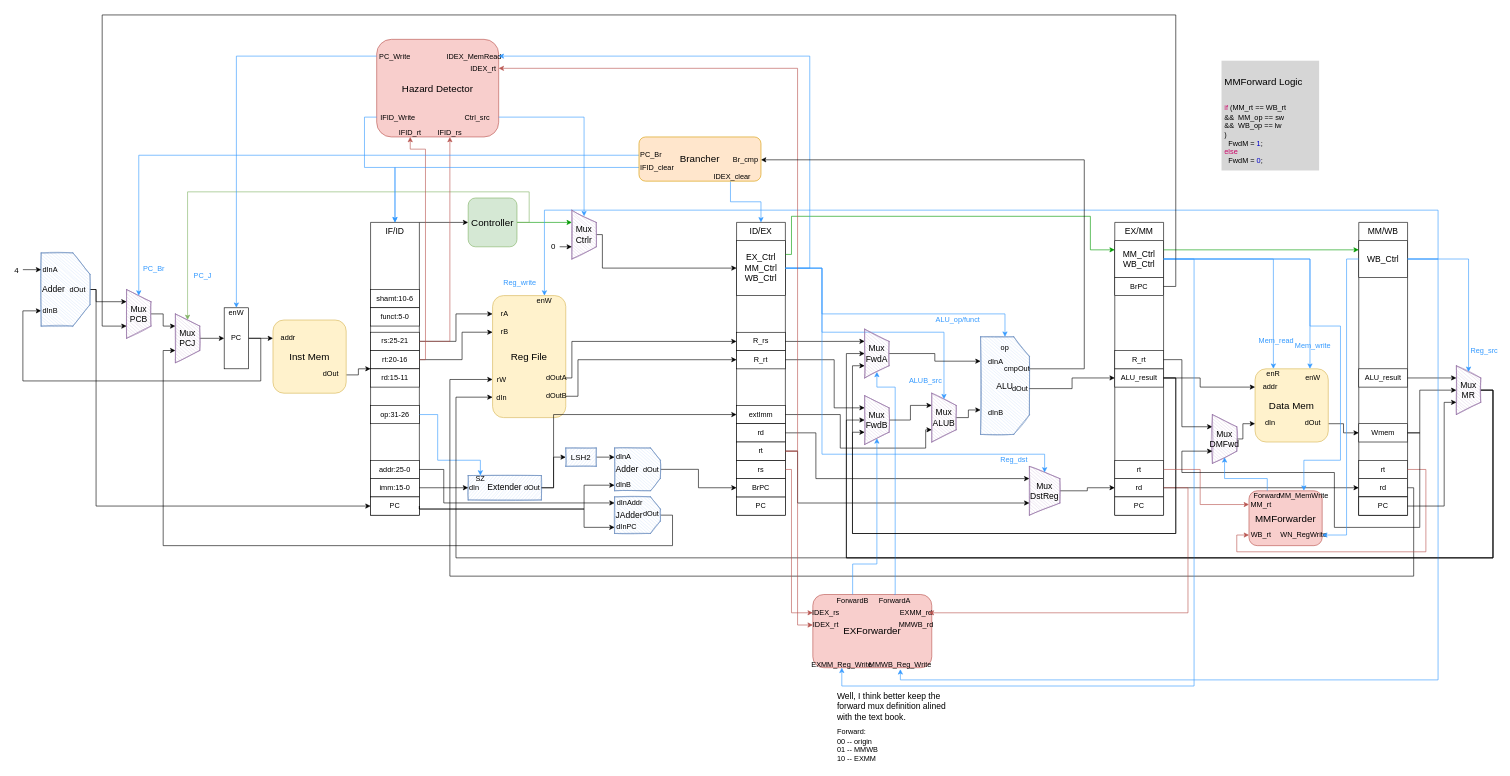
This is page "Datapath" (1 of 5) of DesignFile/MIPS7-Pipelined.drawio from ridethepig/42MIPSPipeline, a draw.io file, before an edit. Source tidied: cells renumbered, new cells numbered last; positions are measured from the earlier drawing's top-left corner, leaving out a move shared by most shapes. Both pictures are drawn from the tidied source at 61%, with x=0, y=0 at pixel (10, 15).
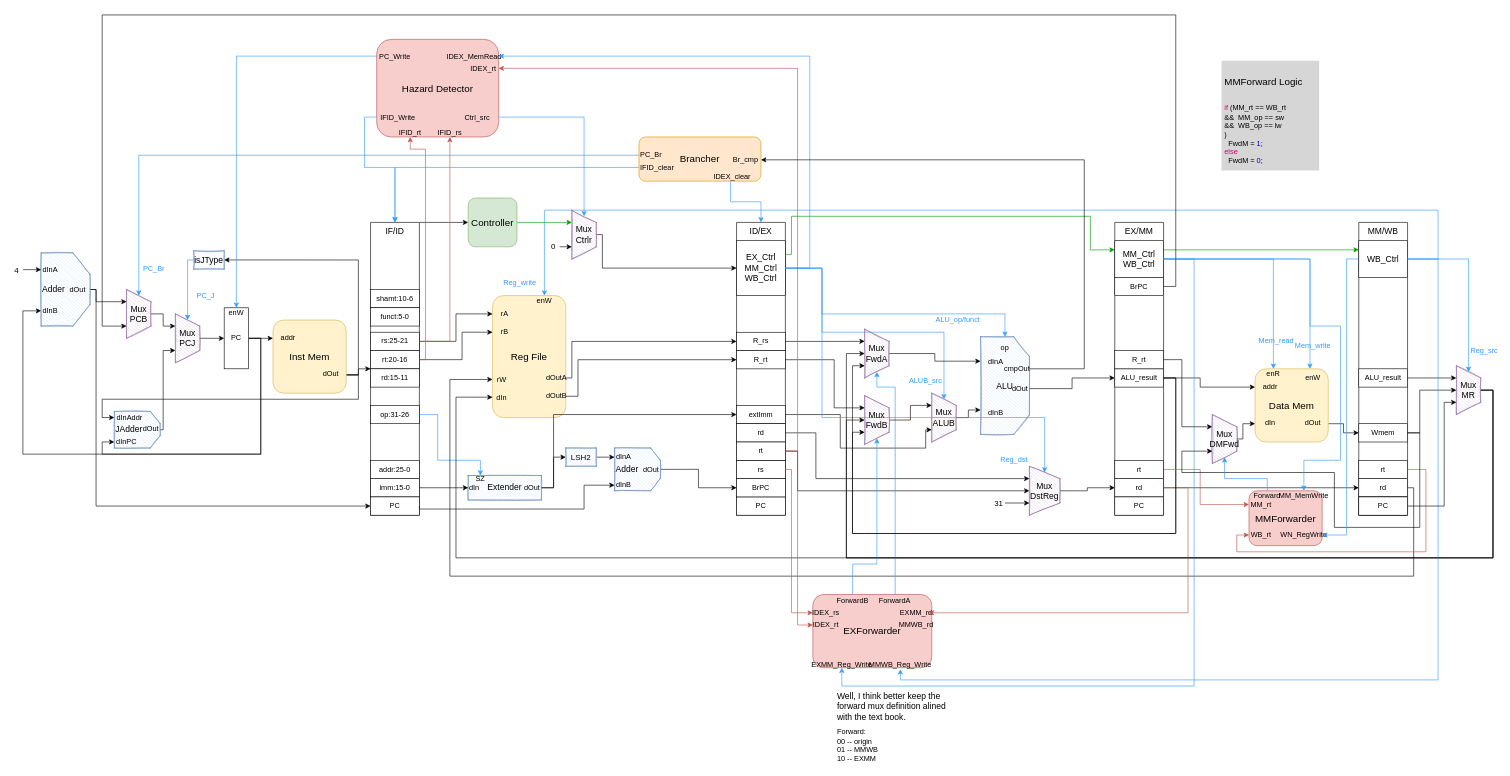
The same page after the edit.

The change refers to these unchanged cells:
```xml
<mxCell id="3" value="Inst Mem" style="rounded=1;whiteSpace=wrap;html=1;fillColor=#fff2cc;strokeColor=#d6b656;fontSize=16;" parent="1" vertex="1">
  <mxGeometry x="430" y="500.1" width="120" height="120" as="geometry" />
</mxCell>
<mxCell id="6" value="PC" style="rounded=0;whiteSpace=wrap;html=1;" parent="1" vertex="1">
  <mxGeometry x="350" y="480.1" width="40" height="100" as="geometry" />
</mxCell>
<mxCell id="19" value="addr:25-0" style="rounded=0;whiteSpace=wrap;html=1;fontFamily=Ubuntu Mono;fontSize=12;align=center;" parent="11" vertex="1">
  <mxGeometry y="390" width="80" height="30" as="geometry" />
</mxCell>
<mxCell id="21" value="PC" style="rounded=0;whiteSpace=wrap;html=1;fontFamily=Ubuntu Mono;fontSize=12;align=center;" parent="11" vertex="1">
  <mxGeometry y="450" width="80" height="30" as="geometry" />
</mxCell>
<mxCell id="36" value="EX_Ctrl&lt;br&gt;MM_Ctrl&lt;br&gt;WB_Ctrl" style="rounded=0;whiteSpace=wrap;html=1;fontFamily=Ubuntu Mono;fontSize=14;" parent="35" vertex="1">
  <mxGeometry y="30" width="80" height="90" as="geometry" />
</mxCell>
<mxCell id="44" value="rt" style="rounded=0;whiteSpace=wrap;html=1;fontFamily=Ubuntu Mono;fontSize=12;align=center;" parent="35" vertex="1">
  <mxGeometry y="360" width="80" height="30" as="geometry" />
</mxCell>
<mxCell id="75" value="Controller" style="rounded=1;whiteSpace=wrap;html=1;shadow=0;glass=0;sketch=0;fontFamily=Helvetica;fontSize=16;fillColor=#d5e8d4;strokeColor=#82b366;" parent="1" vertex="1">
  <mxGeometry x="750" y="300.1" width="80" height="80" as="geometry" />
</mxCell>
<mxCell id="93" value="Mux&lt;br&gt;DstReg" style="shape=trapezoid;perimeter=trapezoidPerimeter;whiteSpace=wrap;html=1;fixedSize=1;rounded=0;shadow=0;glass=0;sketch=1;fontFamily=Helvetica;fontSize=14;direction=south;fillColor=#e1d5e7;strokeColor=#9673a6;" parent="1" vertex="1">
  <mxGeometry x="1670" y="740.1" width="50" height="80" as="geometry" />
</mxCell>
<mxCell id="114" value="dInB" style="text;html=1;strokeColor=none;fillColor=none;align=center;verticalAlign=middle;whiteSpace=wrap;rounded=0;shadow=0;glass=0;sketch=0;fontFamily=Ubuntu Mono;fontSize=12;" parent="1" vertex="1">
  <mxGeometry x="50" y="477.6" width="30" height="15" as="geometry" />
</mxCell>
<mxCell id="216" value="Mux&lt;br&gt;PCJ" style="shape=trapezoid;perimeter=trapezoidPerimeter;whiteSpace=wrap;html=1;fixedSize=1;rounded=0;shadow=0;glass=0;sketch=1;fontFamily=Helvetica;fontSize=14;direction=south;fillColor=#e1d5e7;strokeColor=#9673a6;" parent="1" vertex="1">
  <mxGeometry x="270" y="490.1" width="40" height="80" as="geometry" />
</mxCell>
```

Change to the diagram source:
```diff
@@
+    <mxCell id="220" style="edgeStyle=orthogonalEdgeStyle;rounded=0;jettySize=auto;html=1;exitX=1;exitY=0.75;exitDx=0;exitDy=0;entryX=0;entryY=0.5;entryDx=0;entryDy=0;fontSize=14;strokeColor=#000000;" parent="1" edge="1" source="3" target="210">
+      <mxGeometry relative="1" as="geometry">
+        <Array as="points">
+          <mxPoint x="570" y="590" />
+          <mxPoint x="570" y="630" />
+          <mxPoint x="150" y="630" />
+          <mxPoint x="150" y="660" />
+        </Array>
+      </mxGeometry>
+    </mxCell>
+    <mxCell id="221" style="edgeStyle=orthogonalEdgeStyle;rounded=0;jettySize=auto;html=1;exitX=1;exitY=0.75;exitDx=0;exitDy=0;entryX=1;entryY=0.5;entryDx=0;entryDy=0;fontSize=14;strokeColor=#000000;" parent="1" edge="1" source="3" target="224">
+      <mxGeometry relative="1" as="geometry">
+        <Array as="points">
+          <mxPoint x="570" y="590" />
+          <mxPoint x="570" y="402" />
+        </Array>
+      </mxGeometry>
+    </mxCell>
@@
     <mxCell id="5" style="edgeStyle=orthogonalEdgeStyle;rounded=0;jettySize=auto;html=1;exitX=1;exitY=0.5;exitDx=0;exitDy=0;entryX=0;entryY=0.5;entryDx=0;entryDy=0;fontFamily=Jetbrains Mono;fontSize=13;fontColor=#000000;strokeColor=#000000;" parent="1" edge="1" source="6" target="114">
       <mxGeometry relative="1" as="geometry">
         <Array as="points">
           <mxPoint x="410" y="530" />
-          <mxPoint x="410" y="600" />
-          <mxPoint x="20" y="600" />
+          <mxPoint x="410" y="720" />
+          <mxPoint x="20" y="720" />
           <mxPoint x="20" y="485" />
         </Array>
       </mxGeometry>
     </mxCell>
+    <mxCell id="222" style="edgeStyle=orthogonalEdgeStyle;rounded=0;jettySize=auto;html=1;exitX=1;exitY=0.5;exitDx=0;exitDy=0;entryX=0;entryY=0.5;entryDx=0;entryDy=0;fontSize=14;strokeColor=#000000;" parent="1" edge="1" source="6" target="209">
+      <mxGeometry relative="1" as="geometry">
+        <Array as="points">
+          <mxPoint x="410" y="530" />
+          <mxPoint x="410" y="720" />
+          <mxPoint x="150" y="720" />
+          <mxPoint x="150" y="700" />
+        </Array>
+      </mxGeometry>
+    </mxCell>
@@
-    <mxCell id="74" style="edgeStyle=orthogonalEdgeStyle;rounded=0;jettySize=auto;html=1;entryX=0;entryY=0.5;entryDx=0;entryDy=0;fontSize=14;strokeColor=#82b366;fillColor=#d5e8d4;exitX=1;exitY=0.5;exitDx=0;exitDy=0;" parent="1" edge="1" source="75" target="216">
-      <mxGeometry relative="1" as="geometry">
-        <Array as="points">
-          <mxPoint x="850" y="340" />
-          <mxPoint x="850" y="290" />
-          <mxPoint x="290" y="290" />
-        </Array>
-      </mxGeometry>
-    </mxCell>
@@
-    <mxCell id="95" style="edgeStyle=orthogonalEdgeStyle;rounded=0;jettySize=auto;html=1;exitX=1;exitY=0.5;exitDx=0;exitDy=0;entryX=0.75;entryY=1;entryDx=0;entryDy=0;fontFamily=Jetbrains Mono;fontSize=13;fontColor=#3399FF;strokeColor=#000000;" parent="1" edge="1" source="44" target="93">
+    <mxCell id="95" style="edgeStyle=orthogonalEdgeStyle;rounded=0;jettySize=auto;html=1;exitX=1;exitY=0.5;exitDx=0;exitDy=0;entryX=0.5;entryY=1;entryDx=0;entryDy=0;fontFamily=Jetbrains Mono;fontSize=13;fontColor=#3399FF;strokeColor=#000000;" parent="1" edge="1" source="44" target="93">
       <mxGeometry relative="1" as="geometry">
         <Array as="points">
-          <mxPoint x="1290" y="715.1" />
-          <mxPoint x="1290" y="800.1" />
+          <mxPoint x="1290" y="715" />
+          <mxPoint x="1290" y="780" />
         </Array>
       </mxGeometry>
     </mxCell>
     <mxCell id="96" style="edgeStyle=orthogonalEdgeStyle;rounded=0;jettySize=auto;html=1;exitX=1;exitY=0.5;exitDx=0;exitDy=0;fontFamily=Jetbrains Mono;fontSize=13;fontColor=#3399FF;strokeColor=#3399FF;" parent="1" edge="1" source="36" target="93">
       <mxGeometry relative="1" as="geometry">
         <Array as="points">
-          <mxPoint x="1330" y="415.1" />
-          <mxPoint x="1330" y="720.1" />
-          <mxPoint x="1695" y="720.1" />
+          <mxPoint x="1330" y="415" />
+          <mxPoint x="1330" y="660" />
+          <mxPoint x="1695" y="660" />
         </Array>
       </mxGeometry>
     </mxCell>
@@
     <mxCell id="207" style="edgeStyle=orthogonalEdgeStyle;rounded=0;jettySize=auto;html=1;exitX=0.5;exitY=0;exitDx=0;exitDy=0;entryX=0.75;entryY=1;entryDx=0;entryDy=0;" parent="1" edge="1" source="208" target="216">
       <mxGeometry relative="1" as="geometry">
         <Array as="points">
-          <mxPoint x="1085" y="820" />
-          <mxPoint x="1085" y="870" />
-          <mxPoint x="250" y="870" />
+          <mxPoint x="250" y="680" />
           <mxPoint x="250" y="550" />
         </Array>
       </mxGeometry>
     </mxCell>
     <mxCell id="208" value="JAdder" style="shape=loopLimit;whiteSpace=wrap;html=1;rounded=0;shadow=0;glass=0;sketch=1;fontFamily=Helvetica;fontSize=14;direction=south;size=20;align=left;fillColor=#dae8fc;strokeColor=#6c8ebf;" parent="1" vertex="1">
-      <mxGeometry x="990" y="790" width="75" height="60" as="geometry" />
+      <mxGeometry x="170" y="650" width="75" height="60" as="geometry" />
     </mxCell>
     <mxCell id="209" value="dInPC" style="text;html=1;strokeColor=none;fillColor=none;align=center;verticalAlign=middle;whiteSpace=wrap;rounded=0;shadow=0;glass=0;sketch=0;fontFamily=Ubuntu Mono;fontSize=12;" parent="1" vertex="1">
-      <mxGeometry x="990" y="832.5" width="40" height="15" as="geometry" />
+      <mxGeometry x="170" y="692.5" width="40" height="15" as="geometry" />
     </mxCell>
     <mxCell id="210" value="dInAddr" style="text;html=1;strokeColor=none;fillColor=none;align=center;verticalAlign=middle;whiteSpace=wrap;rounded=0;shadow=0;glass=0;sketch=0;fontFamily=Ubuntu Mono;fontSize=12;" parent="1" vertex="1">
-      <mxGeometry x="990" y="790" width="50" height="20" as="geometry" />
+      <mxGeometry x="170" y="650" width="50" height="20" as="geometry" />
     </mxCell>
     <mxCell id="211" value="dOut" style="text;html=1;strokeColor=none;fillColor=none;align=center;verticalAlign=middle;whiteSpace=wrap;rounded=0;shadow=0;glass=0;sketch=0;fontFamily=Ubuntu Mono;fontSize=12;" parent="1" vertex="1">
-      <mxGeometry x="1040" y="810.1" width="20" height="15" as="geometry" />
+      <mxGeometry x="220" y="670.1" width="20" height="15" as="geometry" />
     </mxCell>
-    <mxCell id="212" style="edgeStyle=orthogonalEdgeStyle;rounded=0;jettySize=auto;html=1;exitX=1;exitY=0.5;exitDx=0;exitDy=0;entryX=0;entryY=0.5;entryDx=0;entryDy=0;" parent="1" edge="1" source="19" target="210">
-      <mxGeometry relative="1" as="geometry">
-        <Array as="points">
-          <mxPoint x="710" y="745" />
-          <mxPoint x="710" y="800" />
-        </Array>
-      </mxGeometry>
-    </mxCell>
-    <mxCell id="213" style="edgeStyle=orthogonalEdgeStyle;rounded=0;jettySize=auto;html=1;exitX=1;exitY=0.5;exitDx=0;exitDy=0;entryX=0;entryY=0.5;entryDx=0;entryDy=0;" parent="1" edge="1" source="21" target="209">
-      <mxGeometry relative="1" as="geometry">
-        <Array as="points">
-          <mxPoint x="670" y="810" />
-          <mxPoint x="940" y="810" />
-          <mxPoint x="940" y="840" />
-        </Array>
-      </mxGeometry>
-    </mxCell>
@@
     <mxCell id="217" value="PC_J" style="text;html=1;strokeColor=none;fillColor=none;align=center;verticalAlign=middle;whiteSpace=wrap;rounded=0;shadow=0;glass=0;sketch=0;fontFamily=Jetbrains Mono;fontSize=12;fontColor=#3399FF;" parent="1" vertex="1">
-      <mxGeometry x="280" y="416.6" width="70" height="20" as="geometry" />
+      <mxGeometry x="300" y="450.1" width="40" height="20" as="geometry" />
     </mxCell>
@@
+    <mxCell id="223" style="edgeStyle=orthogonalEdgeStyle;rounded=0;jettySize=auto;html=1;exitX=0;exitY=0.5;exitDx=0;exitDy=0;entryX=0;entryY=0.5;entryDx=0;entryDy=0;fontSize=14;strokeColor=#3399FF;" parent="1" edge="1" source="224" target="216">
+      <mxGeometry relative="1" as="geometry">
+        <Array as="points">
+          <mxPoint x="290" y="402" />
+        </Array>
+      </mxGeometry>
+    </mxCell>
+    <mxCell id="224" value="isJType" style="rounded=0;whiteSpace=wrap;html=1;shadow=0;glass=0;sketch=1;fontFamily=Helvetica;fontSize=14;fillColor=#dae8fc;strokeColor=#6c8ebf;" parent="1" vertex="1">
+      <mxGeometry x="300" y="386.6" width="50" height="30.1" as="geometry" />
+    </mxCell>
+    <mxCell id="225" style="edgeStyle=orthogonalEdgeStyle;rounded=0;jettySize=auto;html=1;exitX=1;exitY=0.5;exitDx=0;exitDy=0;entryX=0.75;entryY=1;entryDx=0;entryDy=0;fontSize=14;strokeColor=#000000;" parent="1" edge="1" source="226" target="93">
+      <mxGeometry relative="1" as="geometry" />
+    </mxCell>
+    <mxCell id="226" value="31" style="text;html=1;strokeColor=none;fillColor=none;align=center;verticalAlign=middle;whiteSpace=wrap;rounded=0;shadow=0;glass=0;sketch=0;fontFamily=Jetbrains Mono;fontSize=13;fontColor=#000000;" parent="1" vertex="1">
+      <mxGeometry x="1610" y="790.1" width="20" height="20" as="geometry" />
+    </mxCell>
```
